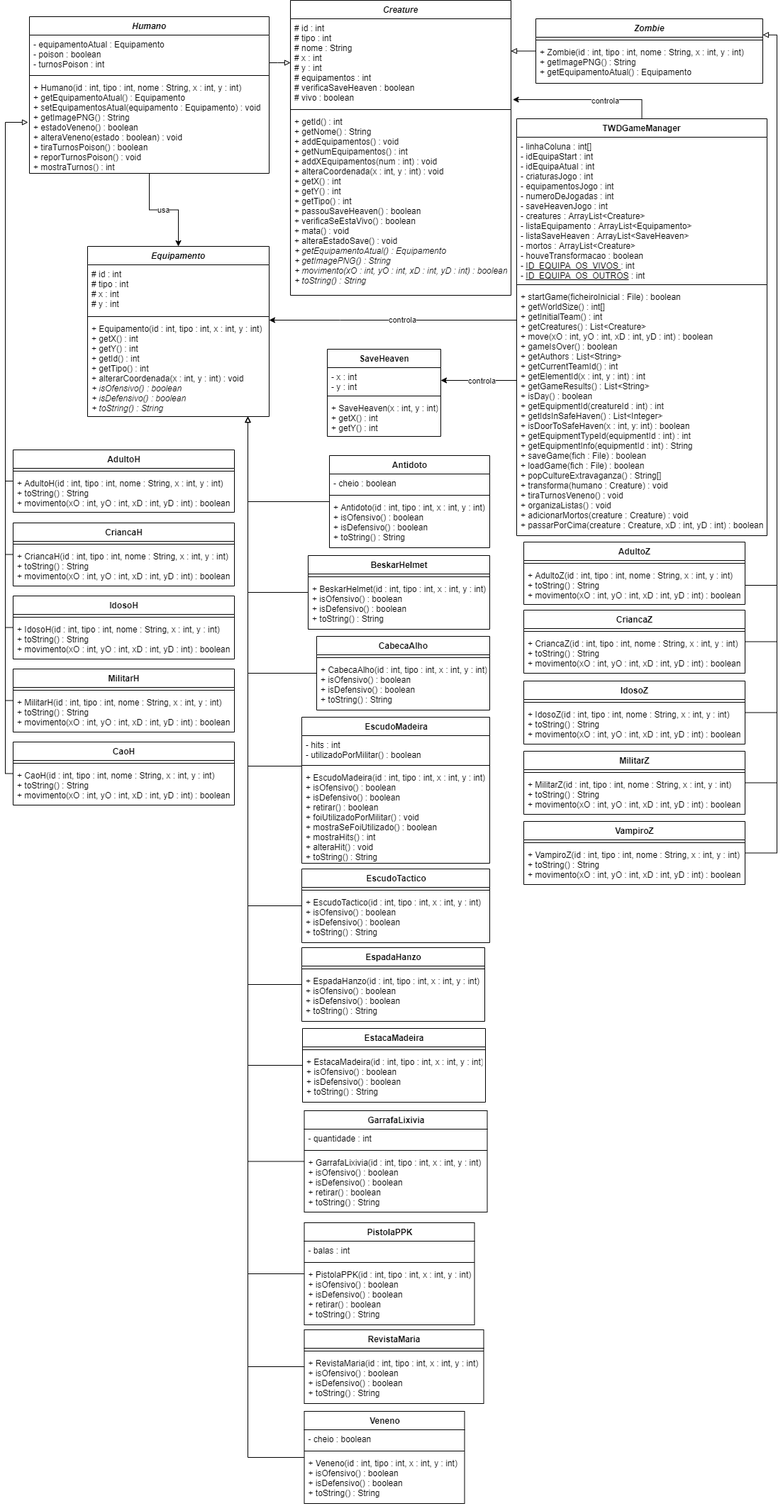
This is diagrama.png from Pedro-Costa-Uni-Projects/LP2-21904825_21904536, a draw.io export, as it was before one commit. Source tidied: cells renumbered, new cells last; positions are measured from the earlier drawing's top-left corner, leaving out a move shared by most shapes.
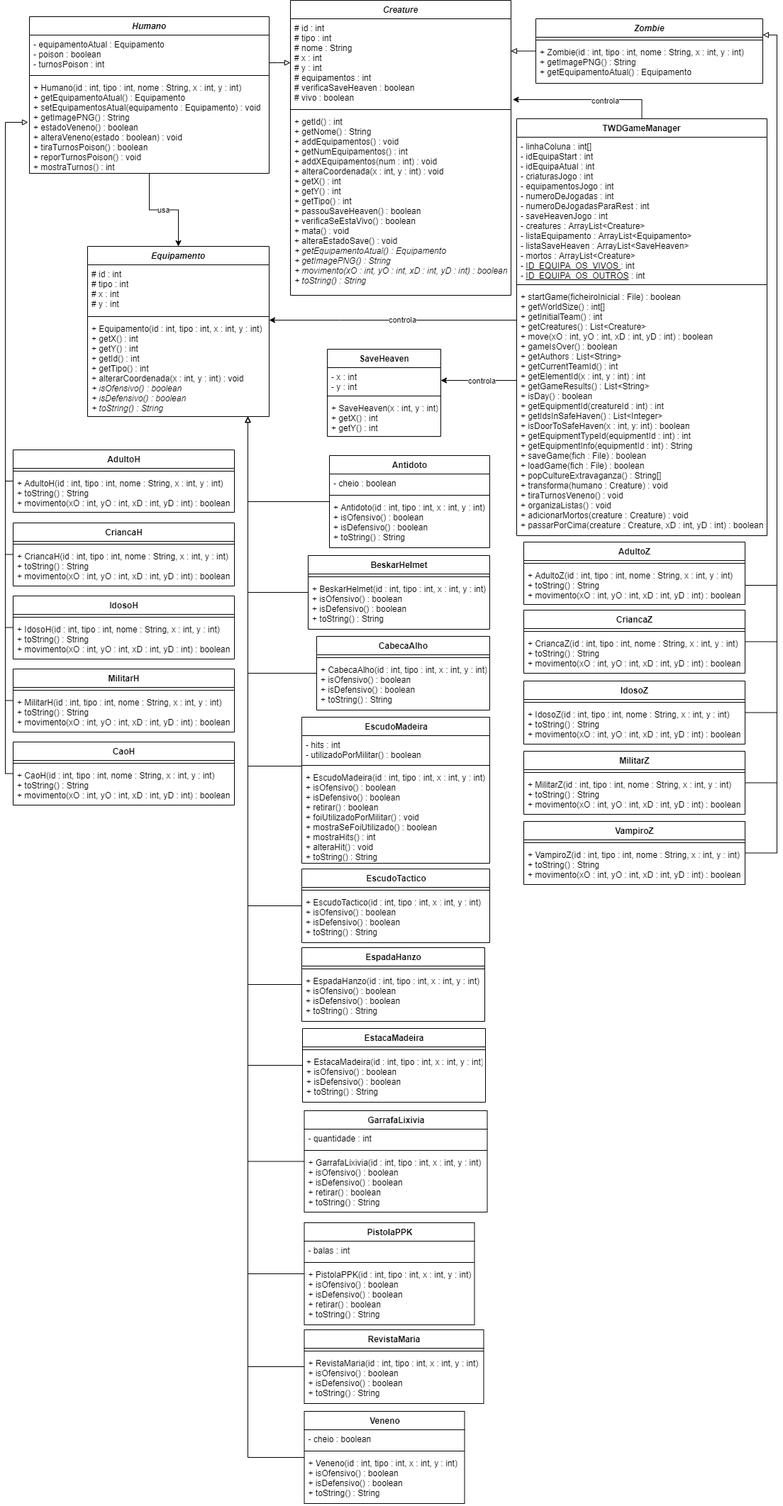
After the commit.

The edit, as a diff of the source:
```diff
@@ -81,7 +81,7 @@
     <mxCell id="21" value="TWDGameManager" style="swimlane;fontStyle=1;align=center;verticalAlign=top;horizontal=1;startSize=26;" parent="1" vertex="1">
       <mxGeometry x="721" y="167" width="353" height="588" as="geometry" />
     </mxCell>
-    <mxCell id="22" value="- linhaColuna : int[]&lt;br&gt;- idEquipaStart : int&lt;br&gt;- idEquipaAtual : int&lt;br&gt;- criaturasJogo : int&lt;br&gt;- equipamentosJogo : int&lt;br&gt;- numeroDeJogadas : int&lt;br&gt;- saveHeavenJogo : int&lt;br&gt;- creatures : ArrayList&amp;lt;Creature&amp;gt;&lt;br&gt;- listaEquipamento : ArrayList&amp;lt;Equipamento&amp;gt;&lt;br&gt;- listaSaveHeaven : ArrayList&amp;lt;SaveHeaven&amp;gt;&lt;br&gt;- mortos : ArrayList&amp;lt;Creature&amp;gt;&lt;br&gt;- houveTransformacao : boolean&lt;br&gt;- &lt;u&gt;ID_EQUIPA_OS_VIVOS &lt;/u&gt;: int&lt;br&gt;- &lt;u&gt;ID_EQUIPA_OS_OUTROS&lt;/u&gt; : int" style="text;strokeColor=none;fillColor=none;align=left;verticalAlign=top;spacingLeft=4;spacingRight=4;overflow=hidden;html=1;" parent="21" vertex="1">
+    <mxCell id="22" value="- linhaColuna : int[]&lt;br&gt;- idEquipaStart : int&lt;br&gt;- idEquipaAtual : int&lt;br&gt;- criaturasJogo : int&lt;br&gt;- equipamentosJogo : int&lt;br&gt;- numeroDeJogadas : int&lt;br&gt;- numeroDeJogadasParaRest : int&lt;br&gt;- saveHeavenJogo : int&lt;br&gt;- creatures : ArrayList&amp;lt;Creature&amp;gt;&lt;br&gt;- listaEquipamento : ArrayList&amp;lt;Equipamento&amp;gt;&lt;br&gt;- listaSaveHeaven : ArrayList&amp;lt;SaveHeaven&amp;gt;&lt;br&gt;- mortos : ArrayList&amp;lt;Creature&amp;gt;&lt;br&gt;- &lt;u&gt;ID_EQUIPA_OS_VIVOS &lt;/u&gt;: int&lt;br&gt;- &lt;u&gt;ID_EQUIPA_OS_OUTROS&lt;/u&gt; : int" style="text;strokeColor=none;fillColor=none;align=left;verticalAlign=top;spacingLeft=4;spacingRight=4;overflow=hidden;html=1;" parent="21" vertex="1">
       <mxGeometry y="26" width="353" height="204" as="geometry" />
     </mxCell>
     <mxCell id="23" style="line;strokeWidth=1;fillColor=none;align=left;verticalAlign=middle;spacingTop=-1;spacingLeft=3;spacingRight=3;labelPosition=right;" parent="21" vertex="1">
```
